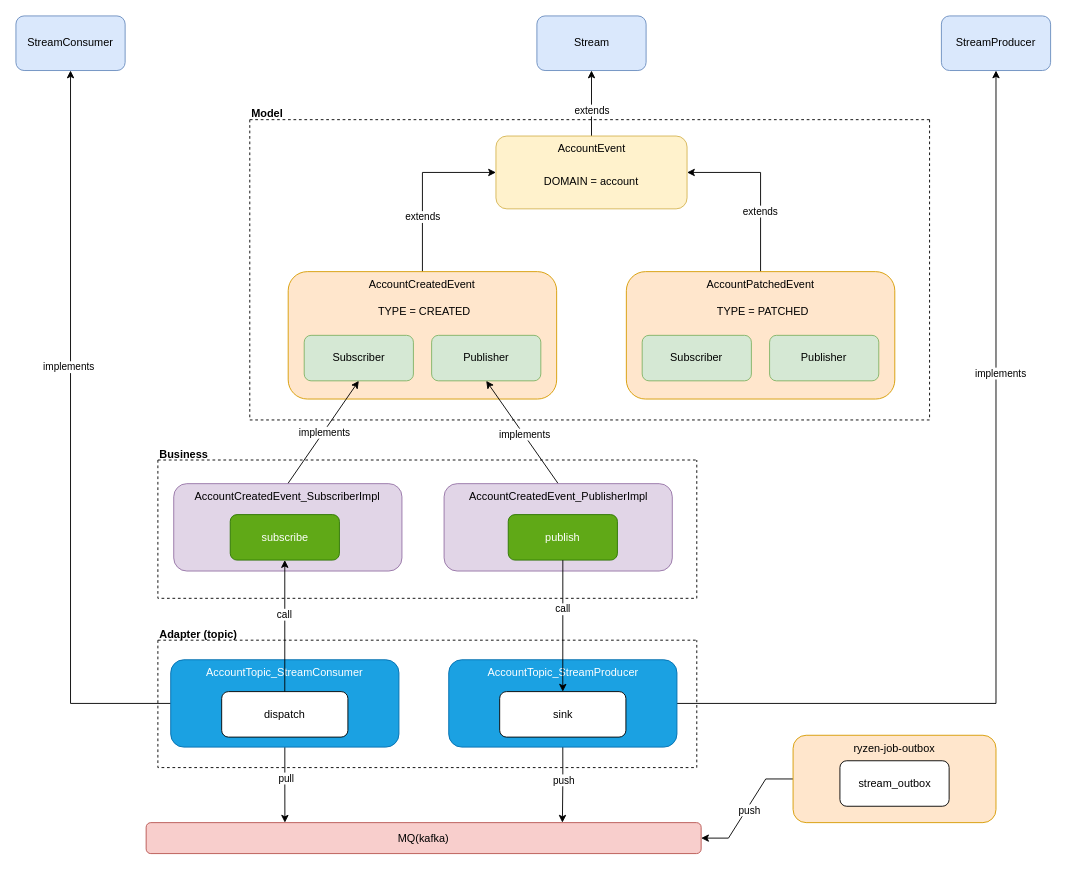
This is docs/stream.drawio from evan-qianjh/ryzen, a draw.io file, before an edit. Source tidied: cells renumbered, new cells numbered last; positions are measured from the earlier drawing's top-left corner, leaving out a move shared by most shapes. Both pictures are drawn from the tidied source at 91%, with x=0, y=0 at pixel (15, 15).
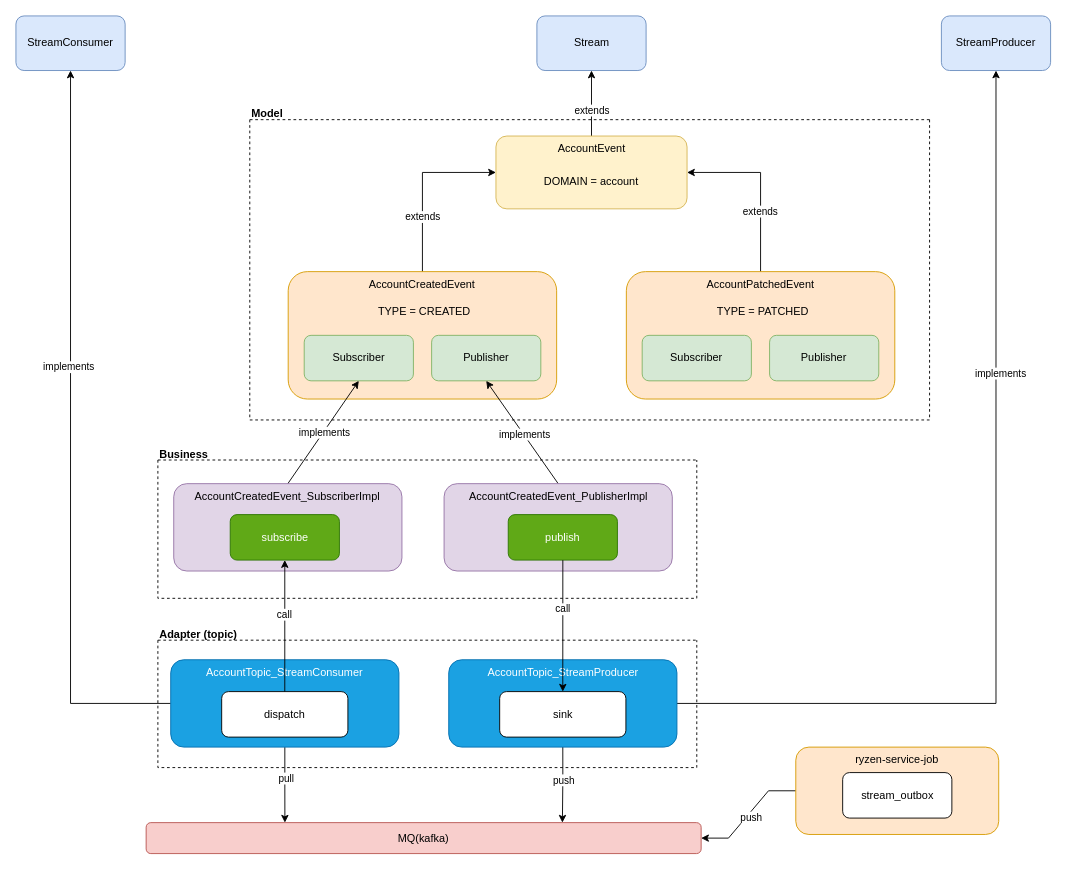
After the change.

Change to the diagram source:
```diff
@@
-    <mxCell id="43" value="ryzen-job-outbox" style="rounded=1;whiteSpace=wrap;html=1;verticalAlign=top;fillColor=#ffe6cc;strokeColor=#d79b00;" parent="1" vertex="1">
-      <mxGeometry x="854" y="790.5" width="223" height="96" as="geometry" />
+    <mxCell id="43" value="ryzen-service-job" style="rounded=1;whiteSpace=wrap;html=1;verticalAlign=top;fillColor=#ffe6cc;strokeColor=#d79b00;" parent="1" vertex="1">
+      <mxGeometry x="857" y="803.5" width="223" height="96" as="geometry" />
     </mxCell>
     <mxCell id="44" value="stream_outbox" style="rounded=1;whiteSpace=wrap;html=1;" parent="1" vertex="1">
-      <mxGeometry x="905.5" y="818.5" width="120" height="50" as="geometry" />
+      <mxGeometry x="908.5" y="831.5" width="120" height="50" as="geometry" />
     </mxCell>
```
